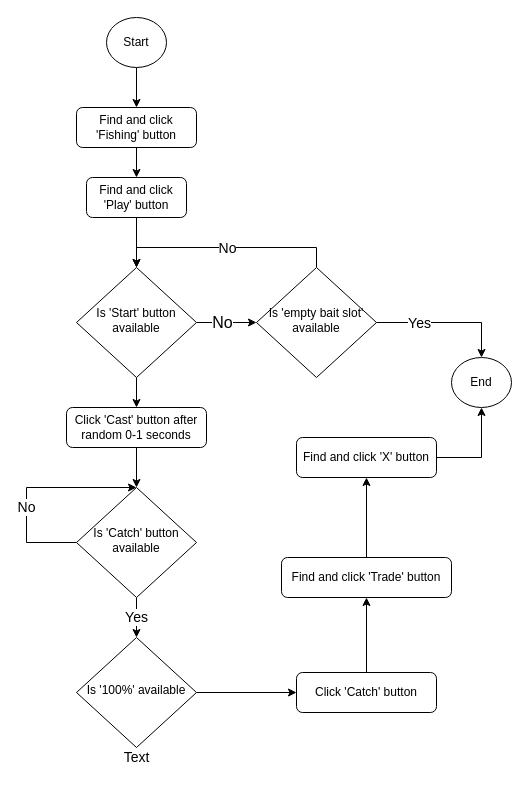
kcaleb1/Bit-Heroes-Automation keeps this draw.io diagram as diagram/fishing.drawio. Above is the earlier version. Source tidied: cells renumbered, new cells numbered last; positions are measured from the earlier drawing's top-left corner, leaving out a move shared by most shapes. Both pictures are drawn from the tidied source at 100%, with x=0, y=0 at pixel (26, 17).
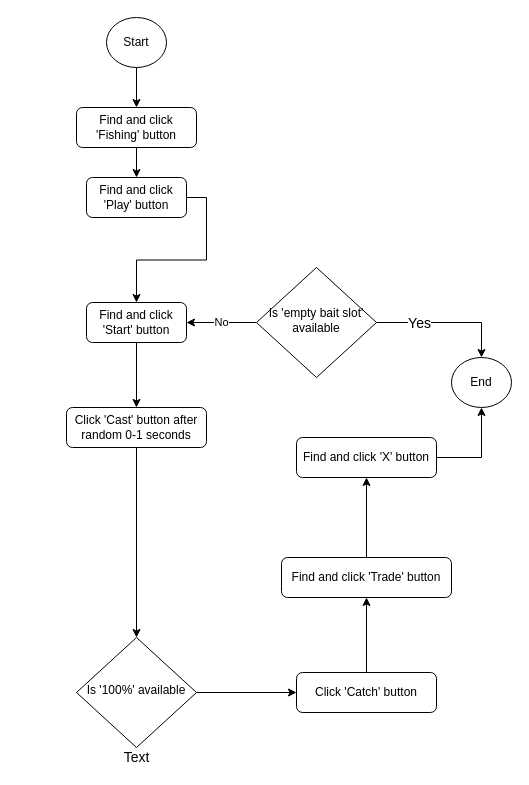
The same page after the edit.

The change refers to these unchanged cells:
```xml
<mxCell id="8" value="Click 'Cast' button after random 0-1 seconds" style="rounded=1;whiteSpace=wrap;html=1;fontSize=12;glass=0;strokeWidth=1;shadow=0;" parent="1" vertex="1">
  <mxGeometry x="40" y="390" width="140" height="40" as="geometry" />
</mxCell>
<mxCell id="12" value="Find and click 'Play' button" style="rounded=1;whiteSpace=wrap;html=1;fontSize=12;glass=0;strokeWidth=1;shadow=0;" parent="1" vertex="1">
  <mxGeometry x="60" y="160" width="100" height="40" as="geometry" />
</mxCell>
<mxCell id="17" value="Is 'empty bait slot' available" style="rhombus;whiteSpace=wrap;html=1;shadow=0;fontFamily=Helvetica;fontSize=12;align=center;strokeWidth=1;spacing=6;spacingTop=-4;" parent="1" vertex="1">
  <mxGeometry x="230" y="250" width="120" height="110" as="geometry" />
</mxCell>
<mxCell id="22" value="Is '100%' available" style="rhombus;whiteSpace=wrap;html=1;shadow=0;fontFamily=Helvetica;fontSize=12;align=center;strokeWidth=1;spacing=6;spacingTop=-4;" parent="1" vertex="1">
  <mxGeometry x="50" y="620" width="120" height="110" as="geometry" />
</mxCell>
```

Diff of the diagram source:
```diff
@@
-    <mxCell id="4" value="No" style="edgeStyle=orthogonalEdgeStyle;rounded=0;jettySize=auto;html=1;entryX=0;entryY=0.5;entryDx=0;entryDy=0;fontSize=16;" parent="1" edge="1" source="6" target="17">
-      <mxGeometry x="-0.13" relative="1" as="geometry">
-        <Array as="points">
-          <mxPoint x="200" y="305" />
-          <mxPoint x="200" y="305" />
-        </Array>
-      </mxGeometry>
-    </mxCell>
-    <mxCell id="5" style="edgeStyle=orthogonalEdgeStyle;rounded=0;jettySize=auto;html=1;entryX=0.5;entryY=0;entryDx=0;entryDy=0;fontSize=14;" parent="1" edge="1" source="6" target="8">
-      <mxGeometry relative="1" as="geometry" />
-    </mxCell>
-    <mxCell id="6" value="Is 'Start' button available" style="rhombus;whiteSpace=wrap;html=1;shadow=0;fontFamily=Helvetica;fontSize=12;align=center;strokeWidth=1;spacing=6;spacingTop=-4;" parent="1" vertex="1">
-      <mxGeometry x="50" y="250" width="120" height="110" as="geometry" />
-    </mxCell>
-    <mxCell id="7" style="edgeStyle=orthogonalEdgeStyle;rounded=0;jettySize=auto;html=1;entryX=0.5;entryY=0;entryDx=0;entryDy=0;fontSize=14;" parent="1" edge="1" source="8" target="20">
+    <mxCell id="7" style="edgeStyle=orthogonalEdgeStyle;rounded=0;jettySize=auto;html=1;entryX=0.5;entryY=0;entryDx=0;entryDy=0;fontSize=14;" parent="1" edge="1" source="8" target="22">
       <mxGeometry relative="1" as="geometry" />
     </mxCell>
@@
-    <mxCell id="11" style="edgeStyle=orthogonalEdgeStyle;rounded=0;jettySize=auto;html=1;entryX=0.5;entryY=0;entryDx=0;entryDy=0;fontSize=16;" parent="1" edge="1" source="12" target="6">
+    <mxCell id="11" style="edgeStyle=orthogonalEdgeStyle;rounded=0;jettySize=auto;html=1;entryX=0.5;entryY=0;entryDx=0;entryDy=0;fontSize=16;exitX=1;exitY=0.5;exitDx=0;exitDy=0;" parent="1" edge="1" source="12" target="33">
       <mxGeometry relative="1" as="geometry" />
     </mxCell>
@@
-    <mxCell id="15" style="edgeStyle=orthogonalEdgeStyle;rounded=0;jettySize=auto;html=1;entryX=0.5;entryY=0;entryDx=0;entryDy=0;fontSize=16;" parent="1" edge="1" source="17" target="6">
-      <mxGeometry relative="1" as="geometry">
-        <Array as="points">
-          <mxPoint x="290" y="230" />
-          <mxPoint x="110" y="230" />
-        </Array>
-      </mxGeometry>
-    </mxCell>
-    <mxCell id="16" value="No" style="edgeLabel;html=1;align=center;verticalAlign=middle;fontSize=14;" parent="15" vertex="1">
-      <mxGeometry x="-0.32" relative="1" as="geometry">
-        <mxPoint x="-35" as="offset" />
-      </mxGeometry>
-    </mxCell>
+    <mxCell id="31" value="No" style="edgeStyle=none;html=1;entryX=1;entryY=0.5;entryDx=0;entryDy=0;" parent="1" edge="1" source="17" target="33">
+      <mxGeometry relative="1" as="geometry" />
+    </mxCell>
@@
-    <mxCell id="19" value="Yes" style="edgeStyle=orthogonalEdgeStyle;rounded=0;jettySize=auto;html=1;entryX=0.5;entryY=0;entryDx=0;entryDy=0;fontSize=14;" parent="1" edge="1" source="20" target="22">
-      <mxGeometry relative="1" as="geometry" />
-    </mxCell>
-    <mxCell id="20" value="Is 'Catch' button available" style="rhombus;whiteSpace=wrap;html=1;shadow=0;fontFamily=Helvetica;fontSize=12;align=center;strokeWidth=1;spacing=6;spacingTop=-4;" parent="1" vertex="1">
-      <mxGeometry x="50" y="470" width="120" height="110" as="geometry" />
-    </mxCell>
@@
-    <mxCell id="29" value="No" style="edgeStyle=orthogonalEdgeStyle;rounded=0;orthogonalLoop=1;jettySize=auto;html=1;entryX=0.5;entryY=0;entryDx=0;entryDy=0;fontSize=14;exitX=0;exitY=0.5;exitDx=0;exitDy=0;" parent="1" edge="1" source="20" target="20">
-      <mxGeometry x="-0.21" relative="1" as="geometry">
-        <Array as="points">
-          <mxPoint y="525" />
-          <mxPoint y="470" />
-        </Array>
-      </mxGeometry>
-    </mxCell>
@@
+    <mxCell id="32" style="edgeStyle=none;html=1;entryX=0.5;entryY=0;entryDx=0;entryDy=0;" parent="1" edge="1" source="33" target="8">
+      <mxGeometry relative="1" as="geometry" />
+    </mxCell>
+    <mxCell id="33" value="Find and click 'Start' button" style="rounded=1;whiteSpace=wrap;html=1;fontSize=12;glass=0;strokeWidth=1;shadow=0;" parent="1" vertex="1">
+      <mxGeometry x="60" y="285" width="100" height="40" as="geometry" />
+    </mxCell>
```
